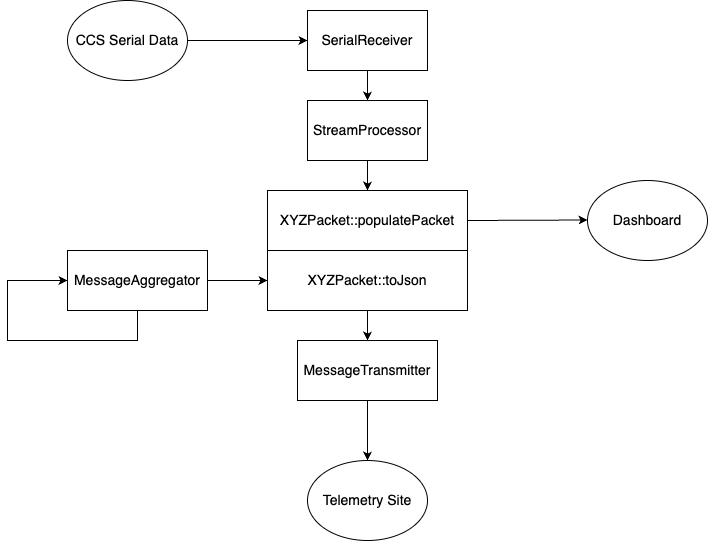
This is MercuryArchitectureDiagram.png from UCSolarCarTeam/Helios-Mercury, a draw.io export, as it was before one commit. Source tidied: cells renumbered, new cells last; positions are measured from the earlier drawing's top-left corner, leaving out a move shared by most shapes.
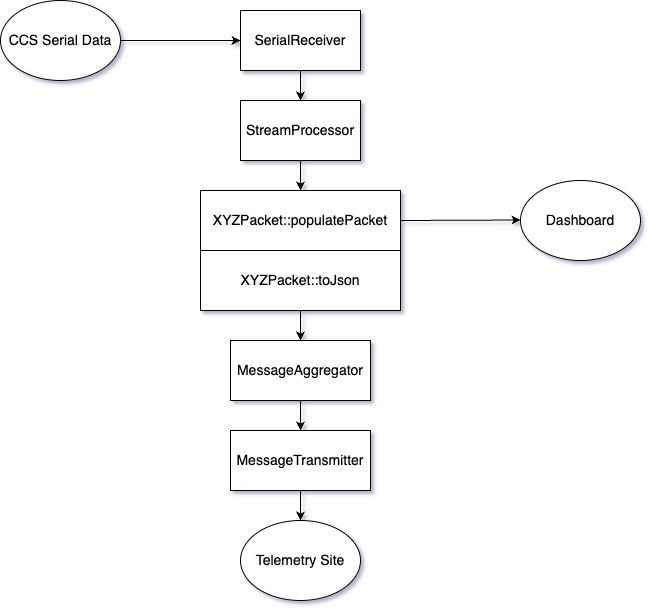
Later version of the same file.

Commit message:
VSC-477: Fixed diagram and added info for switching between debug/race clusters and raw mode

The edit, as a diff of the source:
```diff
@@ -1,4 +1,4 @@
-<mxGraphModel background="#ffffff">
+<mxGraphModel shadow="1">
   <root>
     <mxCell id="0" />
     <mxCell id="1" parent="0" />
@@ -17,8 +17,8 @@
     <mxCell id="6" value="&lt;font style=&quot;font-size: 14px;&quot;&gt;XYZPacket::populatePacket&lt;/font&gt;" style="rounded=0;whiteSpace=wrap;html=1;" parent="1" vertex="1">
       <mxGeometry x="260" y="190" width="200" height="60" as="geometry" />
     </mxCell>
-    <mxCell id="7" value="&lt;font style=&quot;font-size: 14px;&quot;&gt;MessageAggregator&lt;/font&gt;" style="rounded=0;whiteSpace=wrap;html=1;" parent="1" vertex="1">
-      <mxGeometry x="60" y="250" width="140" height="60" as="geometry" />
+    <mxCell id="7" value="&lt;font style=&quot;font-size: 14px;&quot;&gt;MessageTransmitter&lt;/font&gt;" style="rounded=0;whiteSpace=wrap;html=1;" parent="1" vertex="1">
+      <mxGeometry x="290" y="430" width="140" height="60" as="geometry" />
     </mxCell>
     <mxCell id="8" style="endArrow=classic;html=1;rounded=0;exitX=0.5;exitY=1;exitDx=0;exitDy=0;entryX=0.5;entryY=0;entryDx=0;entryDy=0;" parent="1" edge="1" source="4" target="5">
       <mxGeometry relative="1" as="geometry" />
@@ -34,34 +34,23 @@
     <mxCell id="11" value="&lt;font style=&quot;font-size: 14px;&quot;&gt;Dashboard&lt;/font&gt;" style="ellipse;whiteSpace=wrap;html=1;" parent="1" vertex="1">
       <mxGeometry x="580" y="180" width="120" height="80" as="geometry" />
     </mxCell>
-    <mxCell id="12" value="&lt;font style=&quot;font-size: 14px;&quot;&gt;MessageTransmitter&lt;/font&gt;" style="rounded=0;whiteSpace=wrap;html=1;" parent="1" vertex="1">
+    <mxCell id="12" value="&lt;font style=&quot;font-size: 14px;&quot;&gt;MessageAggregator&lt;/font&gt;" style="rounded=0;whiteSpace=wrap;html=1;" parent="1" vertex="1">
       <mxGeometry x="290" y="340" width="140" height="60" as="geometry" />
     </mxCell>
     <mxCell id="13" value="&lt;font style=&quot;font-size: 14px;&quot;&gt;XYZPacket::toJson&lt;/font&gt;" style="rounded=0;whiteSpace=wrap;html=1;" parent="1" vertex="1">
       <mxGeometry x="260" y="250" width="200" height="60" as="geometry" />
     </mxCell>
-    <mxCell id="14" style="endArrow=classic;html=1;rounded=0;exitX=1;exitY=0.5;exitDx=0;exitDy=0;entryX=0;entryY=0.5;entryDx=0;entryDy=0;" parent="1" edge="1" source="7" target="13">
-      <mxGeometry relative="1" as="geometry" />
-    </mxCell>
     <mxCell id="15" style="endArrow=classic;html=1;rounded=0;exitX=0.5;exitY=1;exitDx=0;exitDy=0;entryX=0.5;entryY=0;entryDx=0;entryDy=0;" parent="1" edge="1" source="13" target="12">
       <mxGeometry relative="1" as="geometry" />
     </mxCell>
     <mxCell id="16" value="&lt;font style=&quot;font-size: 14px;&quot;&gt;Telemetry Site&lt;/font&gt;" style="ellipse;whiteSpace=wrap;html=1;" parent="1" vertex="1">
-      <mxGeometry x="300" y="460" width="120" height="80" as="geometry" />
+      <mxGeometry x="300" y="520" width="120" height="80" as="geometry" />
     </mxCell>
-    <mxCell id="17" style="endArrow=classic;html=1;rounded=0;exitX=0.5;exitY=1;exitDx=0;exitDy=0;entryX=0.5;entryY=0;entryDx=0;entryDy=0;" parent="1" edge="1" source="12" target="16">
-      <mxGeometry relative="1" as="geometry" />
-    </mxCell>
-    <mxCell id="18" style="endArrow=classic;html=1;rounded=0;exitX=0.5;exitY=1;exitDx=0;exitDy=0;entryX=0;entryY=0.5;entryDx=0;entryDy=0;" parent="1" edge="1" source="7" target="7">
-      <mxGeometry relative="1" as="geometry">
-        <Array as="points">
-          <mxPoint x="130" y="340" />
-          <mxPoint x="100" y="340" />
-          <mxPoint x="50" y="340" />
-          <mxPoint y="340" />
-          <mxPoint y="280" />
-        </Array>
-      </mxGeometry>
-    </mxCell>
+    <mxCell id="19" style="endArrow=classic;html=1;rounded=0;exitX=0.5;exitY=1;exitDx=0;exitDy=0;entryX=0.5;entryY=0;entryDx=0;entryDy=0;" parent="1" edge="1" source="12" target="7">
+      <mxGeometry relative="1" as="geometry" />
+    </mxCell>
+    <mxCell id="20" style="endArrow=classic;html=1;rounded=0;exitX=0.5;exitY=1;exitDx=0;exitDy=0;entryX=0.5;entryY=0;entryDx=0;entryDy=0;" parent="1" edge="1" source="7" target="16">
+      <mxGeometry relative="1" as="geometry" />
+    </mxCell>
   </root>
 </mxGraphModel>
```
